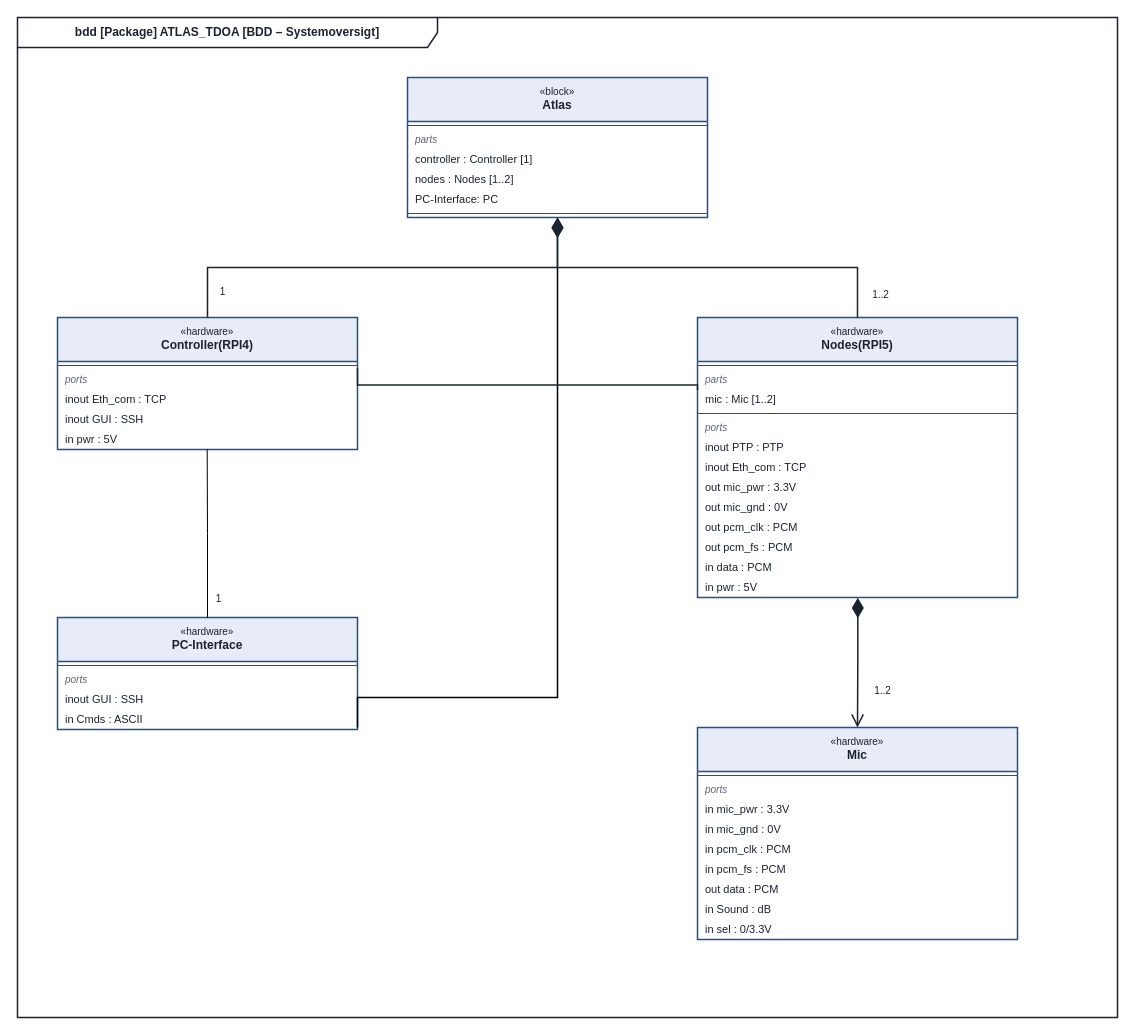
Above: page "BDD-ATLAS" (1 of 2) of docs/construction/BDD-ATLAS.drawio in ViktorFoerrisdahl/SW3PRJ3_5 (draw.io), before the change. Source tidied: cells renumbered, new cells numbered last; positions are measured from the earlier drawing's top-left corner, leaving out a move shared by most shapes. Both pictures are drawn from the tidied source at 100%, with x=0, y=0 at pixel (17, 17).
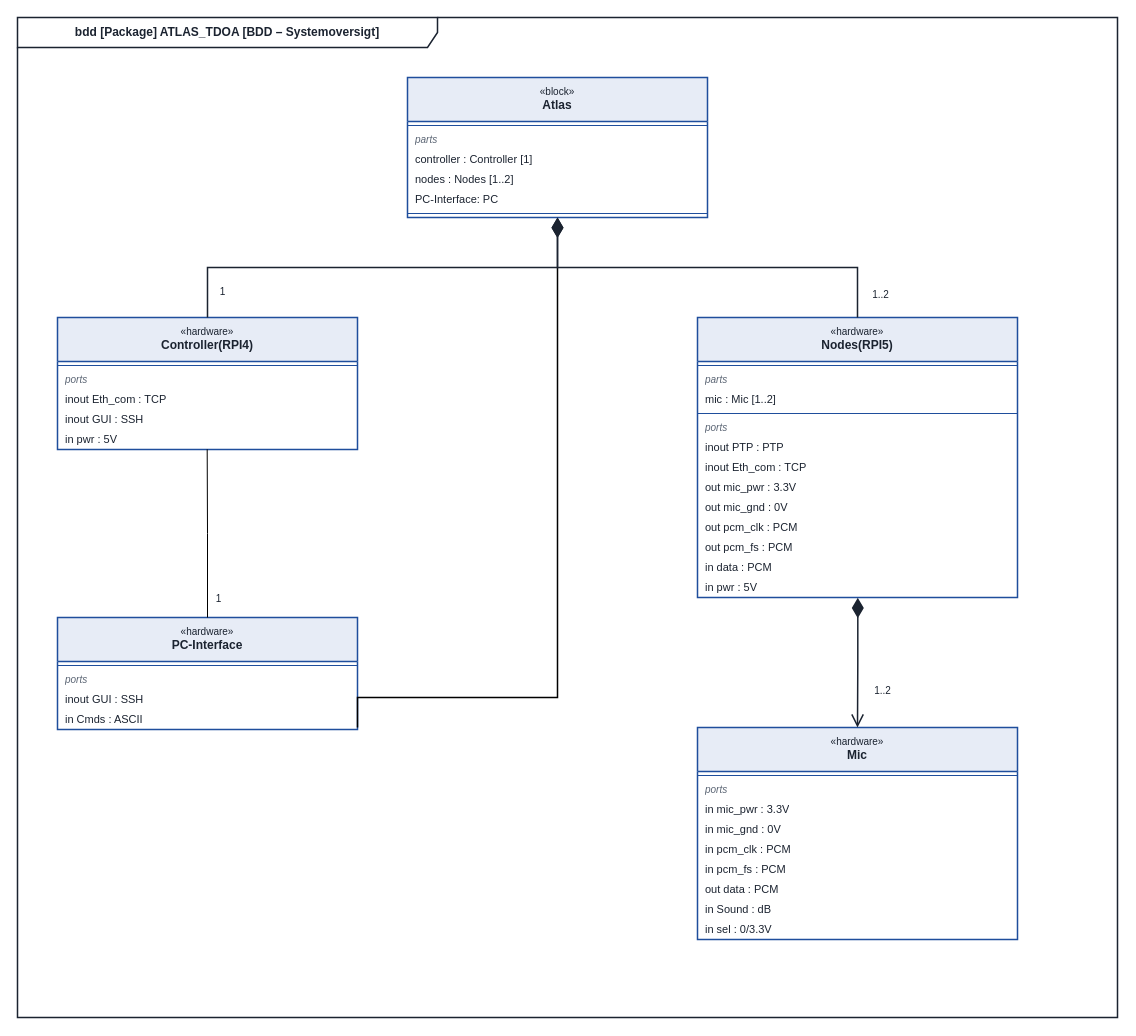
The same diagram, later.

Commit message:
Removed arrow between blocks - BDD

Unchanged cells that the change refers to:
```xml
<mxCell id="10" value="&lt;font style=&quot;font-size:10px&quot;&gt;«hardware»&lt;/font&gt;&lt;br&gt;&lt;b&gt;Controller(RPI4)&lt;/b&gt;" style="swimlane;fontStyle=0;align=center;verticalAlign=top;horizontal=1;startSize=44;html=1;whiteSpace=wrap;fontSize=12;fontColor=#1b2330;fillColor=#e7ecf6;strokeColor=#1f4e9c;swimlaneFillColor=#ffffff;strokeWidth=1.5;" parent="1" vertex="1">
  <mxGeometry x="40" y="300" width="300" height="132" as="geometry" />
</mxCell>
<mxCell id="16" value="&lt;font style=&quot;font-size:10px&quot;&gt;«hardware»&lt;/font&gt;&lt;br&gt;&lt;b&gt;Nodes(RPI5)&lt;/b&gt;" style="swimlane;fontStyle=0;align=center;verticalAlign=top;horizontal=1;startSize=44;html=1;whiteSpace=wrap;fontSize=12;fontColor=#1b2330;fillColor=#e7ecf6;strokeColor=#1f4e9c;swimlaneFillColor=#ffffff;strokeWidth=1.5;" parent="1" vertex="1">
  <mxGeometry x="680" y="300" width="320" height="280" as="geometry" />
</mxCell>
```

Change to the diagram source:
```diff
@@
-    <mxCell id="51" style="endArrow=none;html=1;edgeStyle=orthogonalEdgeStyle;rounded=0;strokeColor=#1b2330;strokeWidth=1.5;exitX=1;exitY=0.3846;entryX=0;entryY=0.2597;" parent="1" edge="1" source="10" target="16">
-      <mxGeometry relative="1" as="geometry">
-        <Array as="points">
-          <mxPoint x="340" y="367.5" />
-        </Array>
-      </mxGeometry>
-    </mxCell>
```
